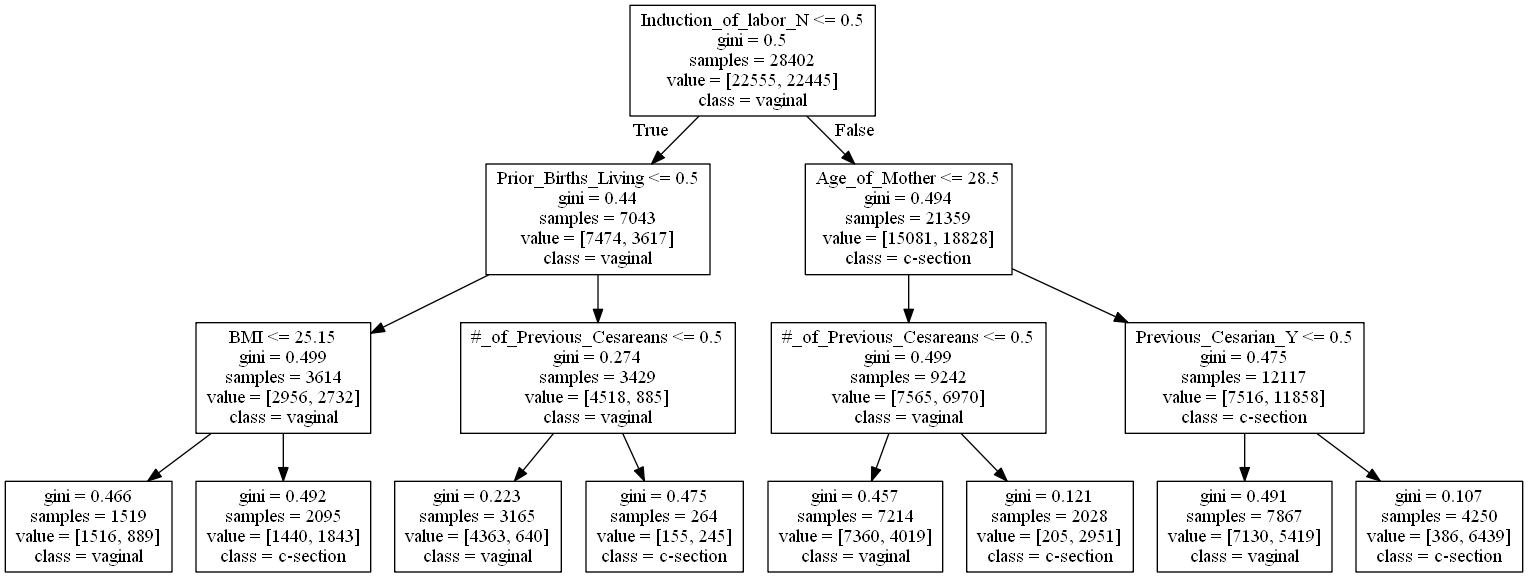
Before: small_tree.png, a diagram exported from Graphviz (OnomeHunt/Project3). Its source is kept beside it as small_tree.dot.
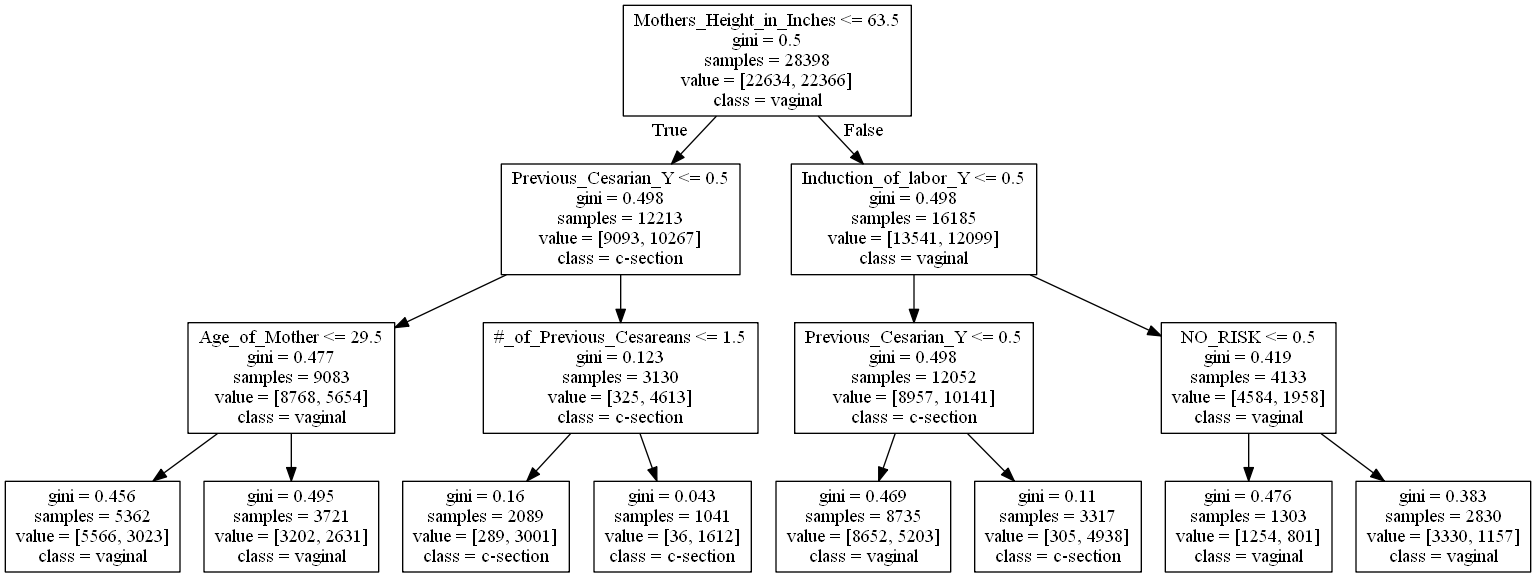
After the commit.

Diff of the diagram source:
```diff
@@ -1,32 +1,32 @@
 digraph Tree {
 node [shape=box] ;
-0 [label="Induction_of_labor_N <= 0.5\ngini = 0.5\nsamples = 28402\nvalue = [22555, 22445]\nclass = vaginal"] ;
-1 [label="Prior_Births_Living <= 0.5\ngini = 0.44\nsamples = 7043\nvalue = [7474, 3617]\nclass = vaginal"] ;
+0 [label="Mothers_Height_in_Inches <= 63.5\ngini = 0.5\nsamples = 28398\nvalue = [22634, 22366]\nclass = vaginal"] ;
+1 [label="Previous_Cesarian_Y <= 0.5\ngini = 0.498\nsamples = 12213\nvalue = [9093, 10267]\nclass = c-section"] ;
 0 -> 1 [labeldistance=2.5, labelangle=45, headlabel="True"] ;
-2 [label="BMI <= 25.15\ngini = 0.499\nsamples = 3614\nvalue = [2956, 2732]\nclass = vaginal"] ;
+2 [label="Age_of_Mother <= 29.5\ngini = 0.477\nsamples = 9083\nvalue = [8768, 5654]\nclass = vaginal"] ;
 1 -> 2 ;
-3 [label="gini = 0.466\nsamples = 1519\nvalue = [1516, 889]\nclass = vaginal"] ;
+3 [label="gini = 0.456\nsamples = 5362\nvalue = [5566, 3023]\nclass = vaginal"] ;
 2 -> 3 ;
-4 [label="gini = 0.492\nsamples = 2095\nvalue = [1440, 1843]\nclass = c-section"] ;
+4 [label="gini = 0.495\nsamples = 3721\nvalue = [3202, 2631]\nclass = vaginal"] ;
 2 -> 4 ;
-5 [label="#_of_Previous_Cesareans <= 0.5\ngini = 0.274\nsamples = 3429\nvalue = [4518, 885]\nclass = vaginal"] ;
+5 [label="#_of_Previous_Cesareans <= 1.5\ngini = 0.123\nsamples = 3130\nvalue = [325, 4613]\nclass = c-section"] ;
 1 -> 5 ;
-6 [label="gini = 0.223\nsamples = 3165\nvalue = [4363, 640]\nclass = vaginal"] ;
+6 [label="gini = 0.16\nsamples = 2089\nvalue = [289, 3001]\nclass = c-section"] ;
 5 -> 6 ;
-7 [label="gini = 0.475\nsamples = 264\nvalue = [155, 245]\nclass = c-section"] ;
+7 [label="gini = 0.043\nsamples = 1041\nvalue = [36, 1612]\nclass = c-section"] ;
 5 -> 7 ;
-8 [label="Age_of_Mother <= 28.5\ngini = 0.494\nsamples = 21359\nvalue = [15081, 18828]\nclass = c-section"] ;
+8 [label="Induction_of_labor_Y <= 0.5\ngini = 0.498\nsamples = 16185\nvalue = [13541, 12099]\nclass = vaginal"] ;
 0 -> 8 [labeldistance=2.5, labelangle=-45, headlabel="False"] ;
-9 [label="#_of_Previous_Cesareans <= 0.5\ngini = 0.499\nsamples = 9242\nvalue = [7565, 6970]\nclass = vaginal"] ;
+9 [label="Previous_Cesarian_Y <= 0.5\ngini = 0.498\nsamples = 12052\nvalue = [8957, 10141]\nclass = c-section"] ;
 8 -> 9 ;
-10 [label="gini = 0.457\nsamples = 7214\nvalue = [7360, 4019]\nclass = vaginal"] ;
+10 [label="gini = 0.469\nsamples = 8735\nvalue = [8652, 5203]\nclass = vaginal"] ;
 9 -> 10 ;
-11 [label="gini = 0.121\nsamples = 2028\nvalue = [205, 2951]\nclass = c-section"] ;
+11 [label="gini = 0.11\nsamples = 3317\nvalue = [305, 4938]\nclass = c-section"] ;
 9 -> 11 ;
-12 [label="Previous_Cesarian_Y <= 0.5\ngini = 0.475\nsamples = 12117\nvalue = [7516, 11858]\nclass = c-section"] ;
+12 [label="NO_RISK <= 0.5\ngini = 0.419\nsamples = 4133\nvalue = [4584, 1958]\nclass = vaginal"] ;
 8 -> 12 ;
-13 [label="gini = 0.491\nsamples = 7867\nvalue = [7130, 5419]\nclass = vaginal"] ;
+13 [label="gini = 0.476\nsamples = 1303\nvalue = [1254, 801]\nclass = vaginal"] ;
 12 -> 13 ;
-14 [label="gini = 0.107\nsamples = 4250\nvalue = [386, 6439]\nclass = c-section"] ;
+14 [label="gini = 0.383\nsamples = 2830\nvalue = [3330, 1157]\nclass = vaginal"] ;
 12 -> 14 ;
 }
```
